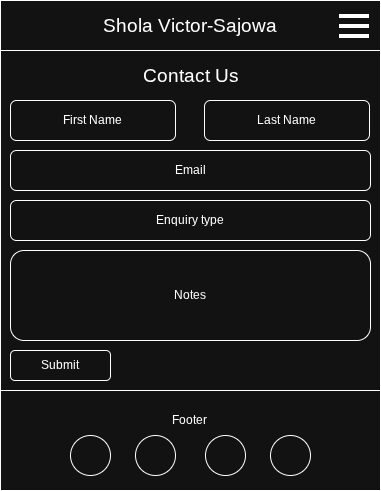
Above: wireframes/contact-page.drawio.png in DeoluVS/q1-coursework-codeinstitute (draw.io), before the change. Source tidied: cells renumbered, new cells last; positions are measured from the earlier drawing's top-left corner, leaving out a move shared by most shapes. Source of this version:
```xml
<mxGraphModel>
  <root>
    <mxCell id="0" />
    <mxCell id="1" parent="0" />
    <mxCell id="2" style="rounded=0;whiteSpace=wrap;html=1;" parent="1" vertex="1">
      <mxGeometry width="380" height="50" as="geometry" />
    </mxCell>
    <mxCell id="3" value="&lt;font style=&quot;font-size: 19px;&quot;&gt;Shola Victor-Sajowa&lt;/font&gt;" style="text;html=1;align=center;verticalAlign=middle;whiteSpace=wrap;rounded=0;" parent="1" vertex="1">
      <mxGeometry x="60" y="10" width="260" height="30" as="geometry" />
    </mxCell>
    <mxCell id="4" style="group;" parent="1" vertex="1">
      <mxGeometry x="339" y="16" width="30" height="20" as="geometry" />
    </mxCell>
    <mxCell id="5" style="endArrow=none;html=1;rounded=0;strokeWidth=4;" parent="4" edge="1">
      <mxGeometry relative="1" as="geometry">
        <mxPoint as="sourcePoint" />
        <mxPoint x="30" as="targetPoint" />
      </mxGeometry>
    </mxCell>
    <mxCell id="6" style="endArrow=none;html=1;rounded=0;strokeWidth=4;" parent="4" edge="1">
      <mxGeometry relative="1" as="geometry">
        <mxPoint y="20" as="sourcePoint" />
        <mxPoint x="30" y="20" as="targetPoint" />
      </mxGeometry>
    </mxCell>
    <mxCell id="7" style="endArrow=none;html=1;rounded=0;strokeWidth=4;" parent="4" edge="1">
      <mxGeometry relative="1" as="geometry">
        <mxPoint y="10" as="sourcePoint" />
        <mxPoint x="30" y="10" as="targetPoint" />
      </mxGeometry>
    </mxCell>
    <mxCell id="8" style="rounded=0;whiteSpace=wrap;html=1;" parent="1" vertex="1">
      <mxGeometry y="50" width="380" height="340" as="geometry" />
    </mxCell>
    <mxCell id="9" style="rounded=0;whiteSpace=wrap;html=1;" parent="1" vertex="1">
      <mxGeometry y="390" width="380" height="100" as="geometry" />
    </mxCell>
    <mxCell id="10" value="Footer" style="text;html=1;align=center;verticalAlign=middle;whiteSpace=wrap;rounded=0;" parent="1" vertex="1">
      <mxGeometry x="159" y="405" width="60" height="30" as="geometry" />
    </mxCell>
    <mxCell id="11" style="ellipse;whiteSpace=wrap;html=1;" parent="1" vertex="1">
      <mxGeometry x="70" y="435" width="40" height="40" as="geometry" />
    </mxCell>
    <mxCell id="12" style="ellipse;whiteSpace=wrap;html=1;" parent="1" vertex="1">
      <mxGeometry x="135" y="435" width="40" height="40" as="geometry" />
    </mxCell>
    <mxCell id="13" style="ellipse;whiteSpace=wrap;html=1;" parent="1" vertex="1">
      <mxGeometry x="270" y="435" width="40" height="40" as="geometry" />
    </mxCell>
    <mxCell id="14" style="ellipse;whiteSpace=wrap;html=1;" parent="1" vertex="1">
      <mxGeometry x="205" y="435" width="40" height="40" as="geometry" />
    </mxCell>
    <mxCell id="15" value="&lt;font style=&quot;font-size: 19px;&quot;&gt;Contact Us&lt;/font&gt;" style="text;html=1;whiteSpace=wrap;strokeColor=none;fillColor=none;align=center;verticalAlign=middle;rounded=0;" parent="1" vertex="1">
      <mxGeometry x="107.5" y="60" width="165" height="30" as="geometry" />
    </mxCell>
    <mxCell id="16" value="First Name" style="rounded=1;whiteSpace=wrap;html=1;" parent="1" vertex="1">
      <mxGeometry x="10" y="100" width="165" height="40" as="geometry" />
    </mxCell>
    <mxCell id="17" value="Last Name" style="rounded=1;whiteSpace=wrap;html=1;" parent="1" vertex="1">
      <mxGeometry x="204" y="100" width="165" height="40" as="geometry" />
    </mxCell>
    <mxCell id="18" value="Email" style="rounded=1;whiteSpace=wrap;html=1;" parent="1" vertex="1">
      <mxGeometry x="10" y="150" width="360" height="40" as="geometry" />
    </mxCell>
    <mxCell id="19" value="Enquiry type" style="rounded=1;whiteSpace=wrap;html=1;" parent="1" vertex="1">
      <mxGeometry x="10" y="200" width="360" height="40" as="geometry" />
    </mxCell>
    <mxCell id="20" value="Notes" style="rounded=1;whiteSpace=wrap;html=1;" parent="1" vertex="1">
      <mxGeometry x="10" y="250" width="360" height="90" as="geometry" />
    </mxCell>
    <mxCell id="21" value="Submit" style="rounded=1;whiteSpace=wrap;html=1;" parent="1" vertex="1">
      <mxGeometry x="10" y="350" width="100" height="30" as="geometry" />
    </mxCell>
  </root>
</mxGraphModel>
```
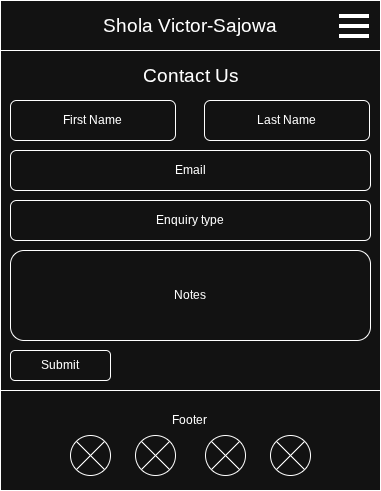
After the commit.

The edit, as a diff of the source:
```diff
@@ -32,24 +32,6 @@
     <mxCell id="8" style="rounded=0;whiteSpace=wrap;html=1;" parent="1" vertex="1">
       <mxGeometry y="50" width="380" height="340" as="geometry" />
     </mxCell>
-    <mxCell id="9" style="rounded=0;whiteSpace=wrap;html=1;" parent="1" vertex="1">
-      <mxGeometry y="390" width="380" height="100" as="geometry" />
-    </mxCell>
-    <mxCell id="10" value="Footer" style="text;html=1;align=center;verticalAlign=middle;whiteSpace=wrap;rounded=0;" parent="1" vertex="1">
-      <mxGeometry x="159" y="405" width="60" height="30" as="geometry" />
-    </mxCell>
-    <mxCell id="11" style="ellipse;whiteSpace=wrap;html=1;" parent="1" vertex="1">
-      <mxGeometry x="70" y="435" width="40" height="40" as="geometry" />
-    </mxCell>
-    <mxCell id="12" style="ellipse;whiteSpace=wrap;html=1;" parent="1" vertex="1">
-      <mxGeometry x="135" y="435" width="40" height="40" as="geometry" />
-    </mxCell>
-    <mxCell id="13" style="ellipse;whiteSpace=wrap;html=1;" parent="1" vertex="1">
-      <mxGeometry x="270" y="435" width="40" height="40" as="geometry" />
-    </mxCell>
-    <mxCell id="14" style="ellipse;whiteSpace=wrap;html=1;" parent="1" vertex="1">
-      <mxGeometry x="205" y="435" width="40" height="40" as="geometry" />
-    </mxCell>
     <mxCell id="15" value="&lt;font style=&quot;font-size: 19px;&quot;&gt;Contact Us&lt;/font&gt;" style="text;html=1;whiteSpace=wrap;strokeColor=none;fillColor=none;align=center;verticalAlign=middle;rounded=0;" parent="1" vertex="1">
       <mxGeometry x="107.5" y="60" width="165" height="30" as="geometry" />
     </mxCell>
@@ -71,5 +53,50 @@
     <mxCell id="21" value="Submit" style="rounded=1;whiteSpace=wrap;html=1;" parent="1" vertex="1">
       <mxGeometry x="10" y="350" width="100" height="30" as="geometry" />
     </mxCell>
+    <mxCell id="22" style="group;" parent="1" vertex="1">
+      <mxGeometry y="390" width="380" height="100" as="geometry" />
+    </mxCell>
+    <mxCell id="23" style="rounded=0;whiteSpace=wrap;html=1;" parent="22" vertex="1">
+      <mxGeometry width="380" height="100" as="geometry" />
+    </mxCell>
+    <mxCell id="10" value="Footer" style="text;html=1;align=center;verticalAlign=middle;whiteSpace=wrap;rounded=0;" parent="22" vertex="1">
+      <mxGeometry x="159" y="15" width="60" height="30" as="geometry" />
+    </mxCell>
+    <mxCell id="24" style="ellipse;whiteSpace=wrap;html=1;" parent="22" vertex="1">
+      <mxGeometry x="70" y="45" width="40" height="40" as="geometry" />
+    </mxCell>
+    <mxCell id="25" style="ellipse;whiteSpace=wrap;html=1;" parent="22" vertex="1">
+      <mxGeometry x="135" y="45" width="40" height="40" as="geometry" />
+    </mxCell>
+    <mxCell id="26" style="ellipse;whiteSpace=wrap;html=1;" parent="22" vertex="1">
+      <mxGeometry x="270" y="45" width="40" height="40" as="geometry" />
+    </mxCell>
+    <mxCell id="27" style="ellipse;whiteSpace=wrap;html=1;" parent="22" vertex="1">
+      <mxGeometry x="205" y="45" width="40" height="40" as="geometry" />
+    </mxCell>
+    <mxCell id="28" style="endArrow=none;html=1;rounded=0;exitX=0;exitY=1;exitDx=0;exitDy=0;entryX=1;entryY=0;entryDx=0;entryDy=0;" parent="22" edge="1" source="24" target="24">
+      <mxGeometry relative="1" as="geometry" />
+    </mxCell>
+    <mxCell id="29" style="rounded=0;orthogonalLoop=1;jettySize=auto;html=1;exitX=0;exitY=0;exitDx=0;exitDy=0;entryX=1;entryY=1;entryDx=0;entryDy=0;endArrow=none;endFill=0;" parent="22" edge="1" source="24" target="24">
+      <mxGeometry relative="1" as="geometry" />
+    </mxCell>
+    <mxCell id="30" style="rounded=0;orthogonalLoop=1;jettySize=auto;html=1;exitX=0;exitY=0;exitDx=0;exitDy=0;entryX=1;entryY=1;entryDx=0;entryDy=0;endArrow=none;endFill=0;" parent="22" edge="1" source="25" target="25">
+      <mxGeometry relative="1" as="geometry" />
+    </mxCell>
+    <mxCell id="31" style="rounded=0;orthogonalLoop=1;jettySize=auto;html=1;exitX=0;exitY=1;exitDx=0;exitDy=0;entryX=1;entryY=0;entryDx=0;entryDy=0;endArrow=none;endFill=0;" parent="22" edge="1" source="25" target="25">
+      <mxGeometry relative="1" as="geometry" />
+    </mxCell>
+    <mxCell id="32" style="rounded=0;orthogonalLoop=1;jettySize=auto;html=1;exitX=0;exitY=0;exitDx=0;exitDy=0;entryX=1;entryY=1;entryDx=0;entryDy=0;endArrow=none;endFill=0;" parent="22" edge="1" source="27" target="27">
+      <mxGeometry relative="1" as="geometry" />
+    </mxCell>
+    <mxCell id="33" style="rounded=0;orthogonalLoop=1;jettySize=auto;html=1;exitX=0;exitY=1;exitDx=0;exitDy=0;entryX=1;entryY=0;entryDx=0;entryDy=0;endArrow=none;endFill=0;" parent="22" edge="1" source="27" target="27">
+      <mxGeometry relative="1" as="geometry" />
+    </mxCell>
+    <mxCell id="34" style="rounded=0;orthogonalLoop=1;jettySize=auto;html=1;exitX=0;exitY=0;exitDx=0;exitDy=0;entryX=1;entryY=1;entryDx=0;entryDy=0;endArrow=none;endFill=0;" parent="22" edge="1" source="26" target="26">
+      <mxGeometry relative="1" as="geometry" />
+    </mxCell>
+    <mxCell id="35" style="rounded=0;orthogonalLoop=1;jettySize=auto;html=1;exitX=0;exitY=1;exitDx=0;exitDy=0;entryX=1;entryY=0;entryDx=0;entryDy=0;endArrow=none;endFill=0;" parent="22" edge="1" source="26" target="26">
+      <mxGeometry relative="1" as="geometry" />
+    </mxCell>
   </root>
 </mxGraphModel>
```
